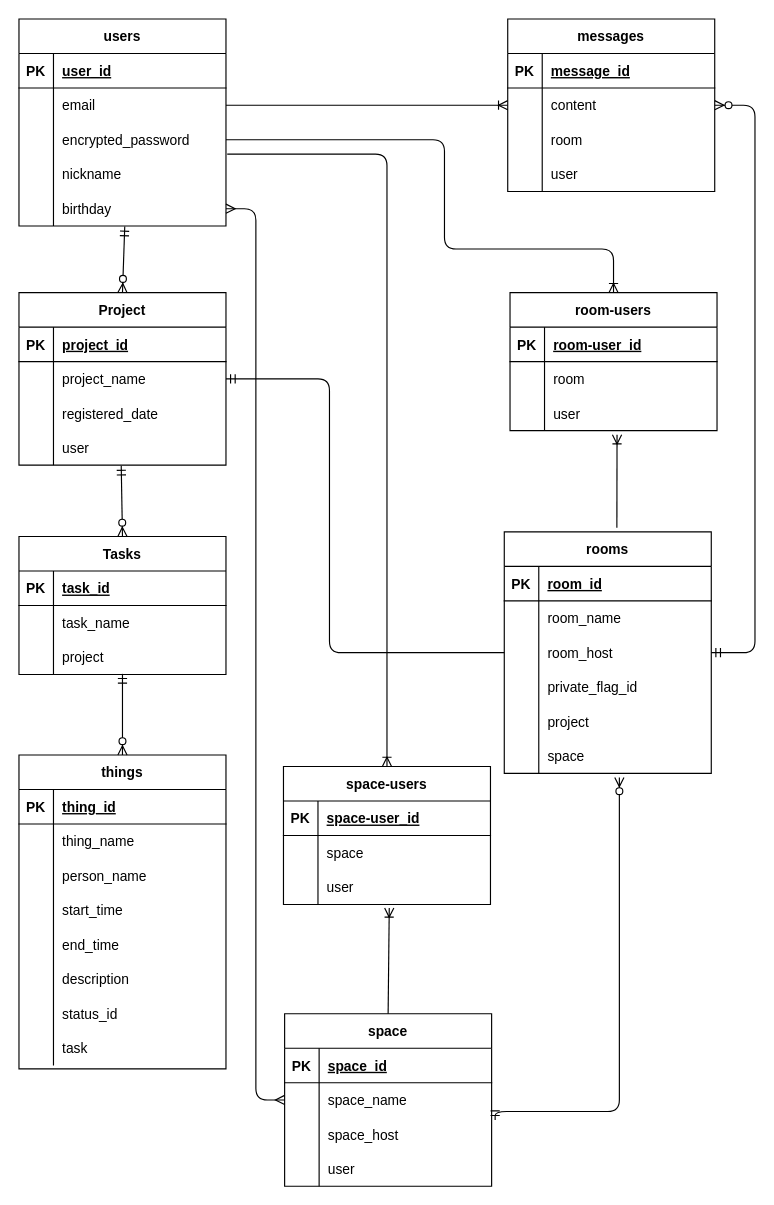
sora-site/tododbd keeps this draw.io diagram as tododbd.dio. Above is the earlier version. Source tidied: cells renumbered, new cells numbered last; positions are measured from the earlier drawing's top-left corner, leaving out a move shared by most shapes. Both pictures are drawn from the tidied source at 115%, with x=0, y=0 at pixel (18, 18).
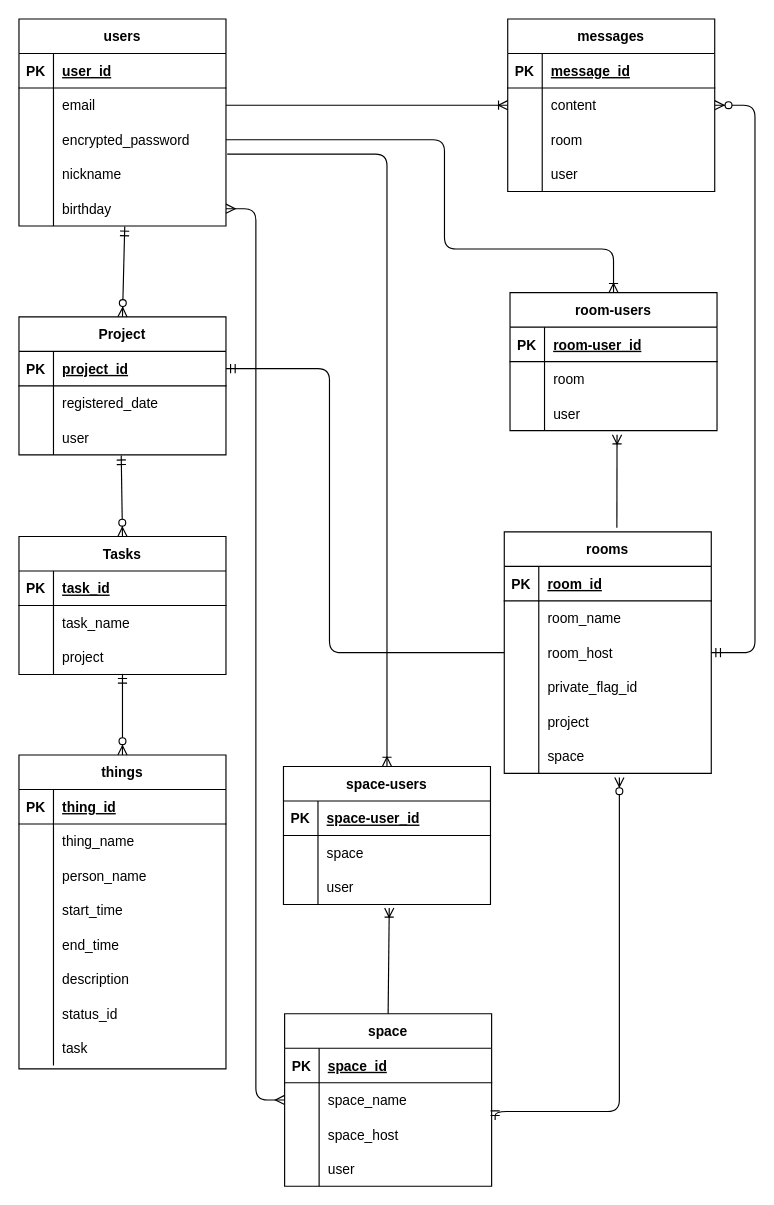
After the change.

The change refers to these unchanged cells:
```xml
<mxCell id="50" style="shape=tableRow;horizontal=0;startSize=0;swimlaneHead=0;swimlaneBody=0;fillColor=none;points=[[0,0.5],[1,0.5]];portConstraint=eastwest;top=0;left=0;right=0;bottom=0;" parent="43" vertex="1">
  <mxGeometry y="90" width="180" height="30" as="geometry" />
</mxCell>
<mxCell id="126" style="shape=tableRow;horizontal=0;startSize=0;swimlaneHead=0;swimlaneBody=0;fillColor=none;points=[[0,0.5],[1,0.5]];portConstraint=eastwest;top=0;left=0;right=0;bottom=1;" parent="125" vertex="1">
  <mxGeometry y="30" width="180" height="30" as="geometry" />
</mxCell>
```

Diff of the diagram source:
```diff
@@
     <mxCell id="125" value="Project" style="shape=table;startSize=30;childLayout=tableLayout;rowLines=0;fontStyle=1;align=center;" parent="1" vertex="1">
-      <mxGeometry y="238" width="180" height="150" as="geometry" />
+      <mxGeometry y="259" width="180" height="120" as="geometry" />
     </mxCell>
@@
-    <mxCell id="129" style="shape=tableRow;horizontal=0;startSize=0;swimlaneHead=0;swimlaneBody=0;fillColor=none;points=[[0,0.5],[1,0.5]];portConstraint=eastwest;top=0;left=0;right=0;bottom=0;" parent="125" vertex="1">
-      <mxGeometry y="60" width="180" height="30" as="geometry" />
-    </mxCell>
-    <mxCell id="130" style="shape=partialRectangle;fillColor=none;top=0;left=0;bottom=0;right=0;overflow=hidden;" parent="129" vertex="1">
-      <mxGeometry width="30" height="30" as="geometry" />
-    </mxCell>
-    <mxCell id="131" value="project_name" style="shape=partialRectangle;fillColor=none;top=0;left=0;bottom=0;right=0;align=left;spacingLeft=6;overflow=hidden;" parent="129" vertex="1">
-      <mxGeometry x="30" width="150" height="30" as="geometry" />
-    </mxCell>
     <mxCell id="132" style="shape=tableRow;horizontal=0;startSize=0;swimlaneHead=0;swimlaneBody=0;fillColor=none;top=0;left=0;right=0;bottom=0;" parent="125" vertex="1">
-      <mxGeometry y="90" width="180" height="30" as="geometry" />
+      <mxGeometry y="60" width="180" height="30" as="geometry" />
     </mxCell>
@@
     <mxCell id="135" style="shape=tableRow;horizontal=0;startSize=0;swimlaneHead=0;swimlaneBody=0;fillColor=none;points=[[0,0.5],[1,0.5]];portConstraint=eastwest;top=0;left=0;right=0;bottom=0;" parent="125" vertex="1">
-      <mxGeometry y="120" width="180" height="30" as="geometry" />
+      <mxGeometry y="90" width="180" height="30" as="geometry" />
     </mxCell>
@@
-    <mxCell id="140" style="edgeStyle=orthogonalEdgeStyle;fontSize=12;html=1;endArrow=ERmandOne;entryX=1;entryY=0.5;entryDx=0;entryDy=0;exitX=0;exitY=0.5;exitDx=0;exitDy=0;" parent="1" edge="1" source="50" target="129">
+    <mxCell id="140" style="edgeStyle=orthogonalEdgeStyle;fontSize=12;html=1;endArrow=ERmandOne;entryX=1;entryY=0.5;entryDx=0;entryDy=0;exitX=0;exitY=0.5;exitDx=0;exitDy=0;" parent="1" edge="1" source="50" target="126">
       <mxGeometry relative="1" as="geometry">
         <Array as="points">
           <mxPoint x="270" y="551" />
-          <mxPoint x="270" y="313" />
+          <mxPoint x="270" y="304" />
         </Array>
       </mxGeometry>
     </mxCell>
```
